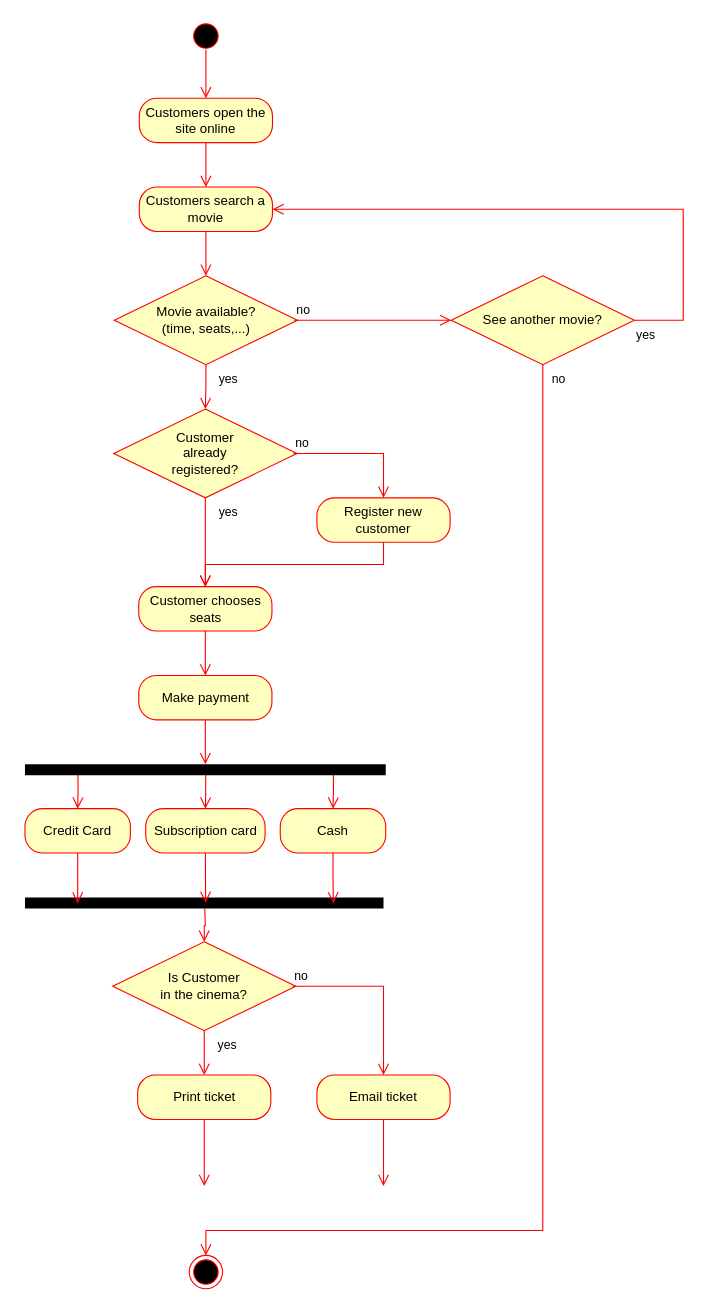
This is Activity Movie Ticket Booking System.drawio from Melydgt/Draw-io-UML-England, a draw.io file, before an edit. Source tidied: cells renumbered, new cells numbered last; positions are measured from the earlier drawing's top-left corner, leaving out a move shared by most shapes. Both pictures are drawn from the tidied source at 111%, with x=0, y=0 at pixel (24, 19).
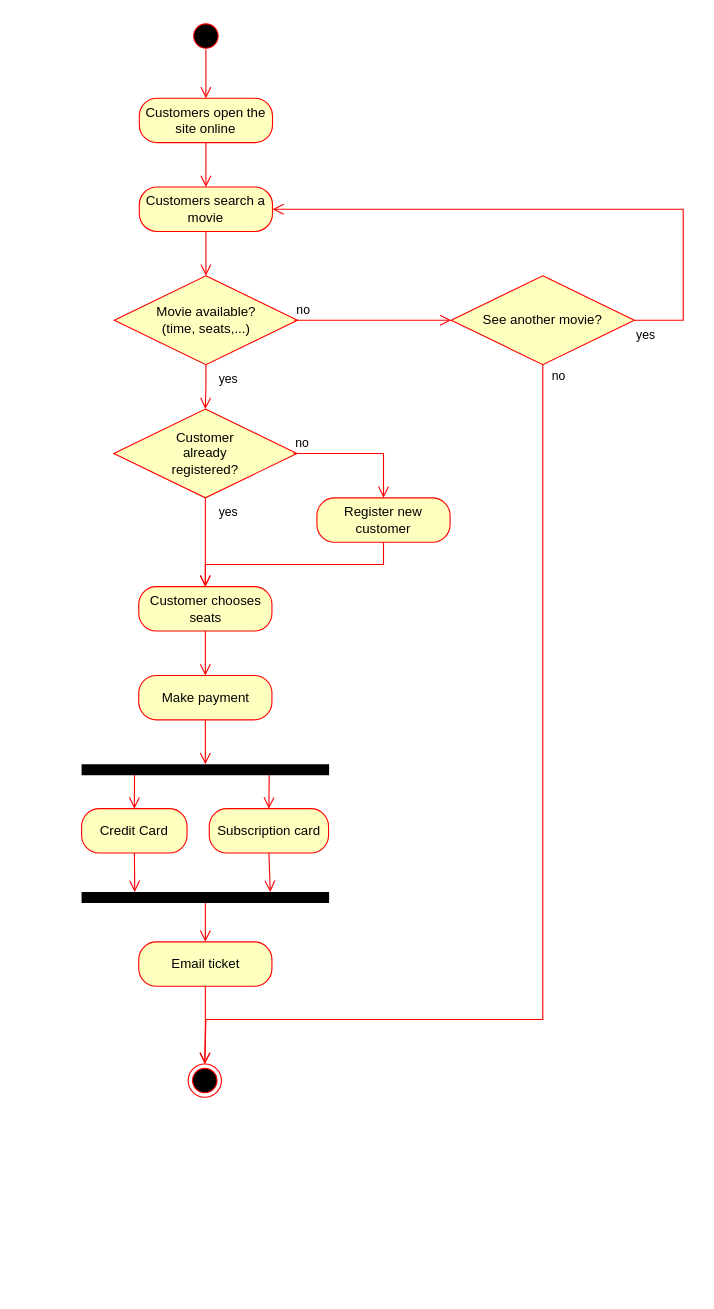
The same diagram, later.

Commit message (it also covers changes not shown here):
Mettre à jour Activity Movie Ticket Booking System.drawio

The change refers to these unchanged cells:
```xml
<mxCell id="13" value="See another movie?" style="rhombus;whiteSpace=wrap;html=1;fillColor=#ffffc0;strokeColor=#ff0000;" parent="1" vertex="1">
  <mxGeometry x="384" y="231" width="165" height="80" as="geometry" />
</mxCell>
```

What changed in the source:
```diff
@@
-    <mxCell id="2" style="line;strokeWidth=10;html=1;hachureGap=4;fillColor=default;" parent="1" vertex="1">
-      <mxGeometry y="791" width="323" height="10" as="geometry" />
-    </mxCell>
     <mxCell id="3" style="ellipse;html=1;shape=endState;fillColor=#000000;strokeColor=#ff0000;" parent="1" vertex="1">
-      <mxGeometry x="148" y="1113.5" width="30" height="30" as="geometry" />
+      <mxGeometry x="147" y="941" width="30" height="30" as="geometry" />
     </mxCell>
@@
     <mxCell id="14" value="no" style="edgeStyle=orthogonalEdgeStyle;html=1;align=left;verticalAlign=bottom;endArrow=open;endSize=8;strokeColor=#ff0000;rounded=0;sourcePerimeterSpacing=-3;targetPerimeterSpacing=0;exitX=0.5;exitY=1;exitDx=0;exitDy=0;entryX=0.5;entryY=0;entryDx=0;entryDy=0;" parent="1" edge="1" source="13" target="3">
       <mxGeometry x="-0.96" y="6" relative="1" as="geometry">
         <Array as="points">
-          <mxPoint x="467" y="1091" />
-          <mxPoint x="163" y="1091" />
+          <mxPoint x="467" y="901" />
+          <mxPoint x="163" y="901" />
+          <mxPoint x="163" y="941" />
         </Array>
       </mxGeometry>
     </mxCell>
@@
-    <mxCell id="25" value="Credit Card" style="rounded=1;whiteSpace=wrap;html=1;arcSize=40;fontColor=#000000;fillColor=#ffffc0;strokeColor=#ff0000;" parent="1" vertex="1">
-      <mxGeometry y="711" width="95" height="40" as="geometry" />
-    </mxCell>
-    <mxCell id="26" style="edgeStyle=orthogonalEdgeStyle;html=1;verticalAlign=bottom;endArrow=open;endSize=8;strokeColor=#ff0000;rounded=0;targetPerimeterSpacing=0;exitX=0.5;exitY=1;exitDx=0;exitDy=0;startArrow=none;entryX=0.86;entryY=0.531;entryDx=0;entryDy=0;entryPerimeter=0;" parent="1" edge="1" source="28" target="2">
-      <mxGeometry relative="1" as="geometry" />
-    </mxCell>
     <mxCell id="27" value="Subscription card" style="rounded=1;whiteSpace=wrap;html=1;arcSize=40;fontColor=#000000;fillColor=#ffffc0;strokeColor=#ff0000;" parent="1" vertex="1">
-      <mxGeometry x="108.8" y="711" width="107.5" height="40" as="geometry" />
+      <mxGeometry x="166" y="711" width="107.5" height="40" as="geometry" />
     </mxCell>
-    <mxCell id="28" value="Cash" style="rounded=1;whiteSpace=wrap;html=1;arcSize=40;fontColor=#000000;fillColor=#ffffc0;strokeColor=#ff0000;" parent="1" vertex="1">
-      <mxGeometry x="230" y="711" width="95" height="40" as="geometry" />
-    </mxCell>
-    <mxCell id="29" style="html=1;verticalAlign=bottom;endArrow=open;endSize=8;strokeColor=#ff0000;rounded=0;targetPerimeterSpacing=0;startArrow=none;exitX=0.5;exitY=1;exitDx=0;exitDy=0;entryX=0.147;entryY=0.553;entryDx=0;entryDy=0;entryPerimeter=0;sourcePerimeterSpacing=0;" parent="1" edge="1" source="25" target="2">
-      <mxGeometry relative="1" as="geometry" />
+    <mxCell id="29" style="html=1;verticalAlign=bottom;endArrow=open;endSize=8;strokeColor=#ff0000;rounded=0;targetPerimeterSpacing=0;startArrow=none;exitX=0.5;exitY=1;exitDx=0;exitDy=0;sourcePerimeterSpacing=0;entryX=0.215;entryY=0.5;entryDx=0;entryDy=0;entryPerimeter=0;" parent="1" edge="1">
+      <mxGeometry relative="1" as="geometry">
+        <mxPoint x="98.5" y="746" as="sourcePoint" />
+        <mxPoint x="98.9" y="786" as="targetPoint" />
+      </mxGeometry>
     </mxCell>
-    <mxCell id="30" style="edgeStyle=orthogonalEdgeStyle;html=1;verticalAlign=bottom;endArrow=open;endSize=8;strokeColor=#ff0000;rounded=0;targetPerimeterSpacing=0;exitX=0.5;exitY=1;exitDx=0;exitDy=0;startArrow=none;entryX=0.504;entryY=0.491;entryDx=0;entryDy=0;entryPerimeter=0;" parent="1" edge="1" source="27" target="2">
-      <mxGeometry relative="1" as="geometry" />
-    </mxCell>
-    <mxCell id="31" style="edgeStyle=orthogonalEdgeStyle;html=1;verticalAlign=bottom;endArrow=open;endSize=8;strokeColor=#ff0000;rounded=0;targetPerimeterSpacing=0;startArrow=none;entryX=0.5;entryY=0;entryDx=0;entryDy=0;exitX=0.855;exitY=0.509;exitDx=0;exitDy=0;exitPerimeter=0;" parent="1" edge="1" source="34" target="28">
-      <mxGeometry relative="1" as="geometry" />
-    </mxCell>
-    <mxCell id="32" style="edgeStyle=orthogonalEdgeStyle;html=1;verticalAlign=bottom;endArrow=open;endSize=8;strokeColor=#ff0000;rounded=0;targetPerimeterSpacing=0;startArrow=none;entryX=0.5;entryY=0;entryDx=0;entryDy=0;exitX=0.147;exitY=0.547;exitDx=0;exitDy=0;exitPerimeter=0;" parent="1" edge="1" source="34" target="25">
+    <mxCell id="32" style="html=1;verticalAlign=bottom;endArrow=open;endSize=8;strokeColor=#ff0000;rounded=0;targetPerimeterSpacing=0;startArrow=none;entryX=0.5;entryY=0;entryDx=0;entryDy=0;exitX=0.214;exitY=0.586;exitDx=0;exitDy=0;exitPerimeter=0;" parent="1" edge="1" source="34" target="25">
       <mxGeometry relative="1" as="geometry" />
     </mxCell>
-    <mxCell id="33" style="edgeStyle=orthogonalEdgeStyle;html=1;verticalAlign=bottom;endArrow=open;endSize=8;strokeColor=#ff0000;rounded=0;targetPerimeterSpacing=0;startArrow=none;entryX=0.5;entryY=0;entryDx=0;entryDy=0;exitX=0.501;exitY=0.509;exitDx=0;exitDy=0;exitPerimeter=0;" parent="1" edge="1" source="34" target="27">
-      <mxGeometry relative="1" as="geometry" />
+    <mxCell id="33" style="html=1;verticalAlign=bottom;endArrow=open;endSize=8;strokeColor=#ff0000;rounded=0;targetPerimeterSpacing=0;startArrow=none;entryX=0.5;entryY=0;entryDx=0;entryDy=0;" parent="1" edge="1" target="27">
+      <mxGeometry relative="1" as="geometry">
+        <mxPoint x="220" y="681" as="sourcePoint" />
+      </mxGeometry>
     </mxCell>
     <mxCell id="34" style="line;strokeWidth=10;html=1;hachureGap=4;fillColor=default;" parent="1" vertex="1">
-      <mxGeometry y="671" width="325" height="10" as="geometry" />
+      <mxGeometry x="51" y="671" width="223" height="10" as="geometry" />
     </mxCell>
-    <mxCell id="35" value="Is Customer&lt;br&gt;in the cinema?" style="rhombus;whiteSpace=wrap;html=1;fillColor=#ffffc0;strokeColor=#ff0000;" parent="1" vertex="1">
-      <mxGeometry x="79" y="831" width="165" height="80" as="geometry" />
-    </mxCell>
-    <mxCell id="36" value="no" style="edgeStyle=orthogonalEdgeStyle;html=1;align=left;verticalAlign=bottom;endArrow=open;endSize=8;strokeColor=#ff0000;rounded=0;sourcePerimeterSpacing=-3;targetPerimeterSpacing=0;entryX=0.5;entryY=0;entryDx=0;entryDy=0;" parent="1" edge="1" source="35" target="41">
-      <mxGeometry x="-1" relative="1" as="geometry" />
-    </mxCell>
-    <mxCell id="37" value="yes" style="edgeStyle=orthogonalEdgeStyle;html=1;align=left;verticalAlign=top;endArrow=open;endSize=8;strokeColor=#ff0000;rounded=0;sourcePerimeterSpacing=-3;targetPerimeterSpacing=0;exitX=0.5;exitY=1;exitDx=0;exitDy=0;entryX=0.5;entryY=0;entryDx=0;entryDy=0;" parent="1" edge="1" source="35" target="39">
-      <mxGeometry x="-1" y="10" relative="1" as="geometry" />
-    </mxCell>
-    <mxCell id="38" style="edgeStyle=orthogonalEdgeStyle;html=1;verticalAlign=bottom;endArrow=open;endSize=8;strokeColor=#ff0000;rounded=0;targetPerimeterSpacing=0;startArrow=none;entryX=0.5;entryY=0;entryDx=0;entryDy=0;" parent="1" edge="1" target="35">
+    <mxCell id="38" style="edgeStyle=orthogonalEdgeStyle;html=1;verticalAlign=bottom;endArrow=open;endSize=8;strokeColor=#ff0000;rounded=0;targetPerimeterSpacing=0;startArrow=none;entryX=0.5;entryY=0;entryDx=0;entryDy=0;" parent="1" edge="1" source="43" target="41">
       <mxGeometry relative="1" as="geometry">
-        <mxPoint x="162" y="801" as="sourcePoint" />
+        <Array as="points">
+          <mxPoint x="163" y="813" />
+          <mxPoint x="163" y="891" />
+        </Array>
       </mxGeometry>
     </mxCell>
-    <mxCell id="39" value="Print ticket" style="rounded=1;whiteSpace=wrap;html=1;arcSize=40;fontColor=#000000;fillColor=#ffffc0;strokeColor=#ff0000;" parent="1" vertex="1">
-      <mxGeometry x="101.5" y="951" width="120" height="40" as="geometry" />
-    </mxCell>
-    <mxCell id="40" style="edgeStyle=orthogonalEdgeStyle;html=1;verticalAlign=bottom;endArrow=open;endSize=8;strokeColor=#ff0000;rounded=0;sourcePerimeterSpacing=0;targetPerimeterSpacing=0;" parent="1" edge="1" source="39">
-      <mxGeometry relative="1" as="geometry">
-        <mxPoint x="161.5" y="1051" as="targetPoint" />
-      </mxGeometry>
-    </mxCell>
     <mxCell id="41" value="Email ticket" style="rounded=1;whiteSpace=wrap;html=1;arcSize=40;fontColor=#000000;fillColor=#ffffc0;strokeColor=#ff0000;" parent="1" vertex="1">
-      <mxGeometry x="263" y="951" width="120" height="40" as="geometry" />
+      <mxGeometry x="102.5" y="831" width="120" height="40" as="geometry" />
     </mxCell>
-    <mxCell id="42" style="edgeStyle=orthogonalEdgeStyle;html=1;verticalAlign=bottom;endArrow=open;endSize=8;strokeColor=#ff0000;rounded=0;sourcePerimeterSpacing=0;targetPerimeterSpacing=0;" parent="1" edge="1" source="41">
-      <mxGeometry relative="1" as="geometry">
-        <mxPoint x="323" y="1051" as="targetPoint" />
-      </mxGeometry>
+    <mxCell id="42" style="edgeStyle=orthogonalEdgeStyle;html=1;verticalAlign=bottom;endArrow=open;endSize=8;strokeColor=#ff0000;rounded=0;sourcePerimeterSpacing=0;targetPerimeterSpacing=0;entryX=0.5;entryY=0;entryDx=0;entryDy=0;" parent="1" edge="1" source="41" target="3">
+      <mxGeometry relative="1" as="geometry" />
     </mxCell>
+    <mxCell id="43" style="line;strokeWidth=10;html=1;hachureGap=4;fillColor=default;" parent="1" vertex="1">
+      <mxGeometry x="51" y="786" width="223" height="10" as="geometry" />
+    </mxCell>
+    <mxCell id="44" style="html=1;verticalAlign=bottom;endArrow=open;endSize=8;strokeColor=#ff0000;rounded=0;targetPerimeterSpacing=0;startArrow=none;exitX=0.5;exitY=1;exitDx=0;exitDy=0;" parent="1" edge="1" source="27">
+      <mxGeometry relative="1" as="geometry">
+        <mxPoint x="221" y="786" as="targetPoint" />
+      </mxGeometry>
+    </mxCell>
+    <mxCell id="25" value="Credit Card" style="rounded=1;whiteSpace=wrap;html=1;arcSize=40;fontColor=#000000;fillColor=#ffffc0;strokeColor=#ff0000;" parent="1" vertex="1">
+      <mxGeometry x="51" y="711" width="95" height="40" as="geometry" />
+    </mxCell>
```
